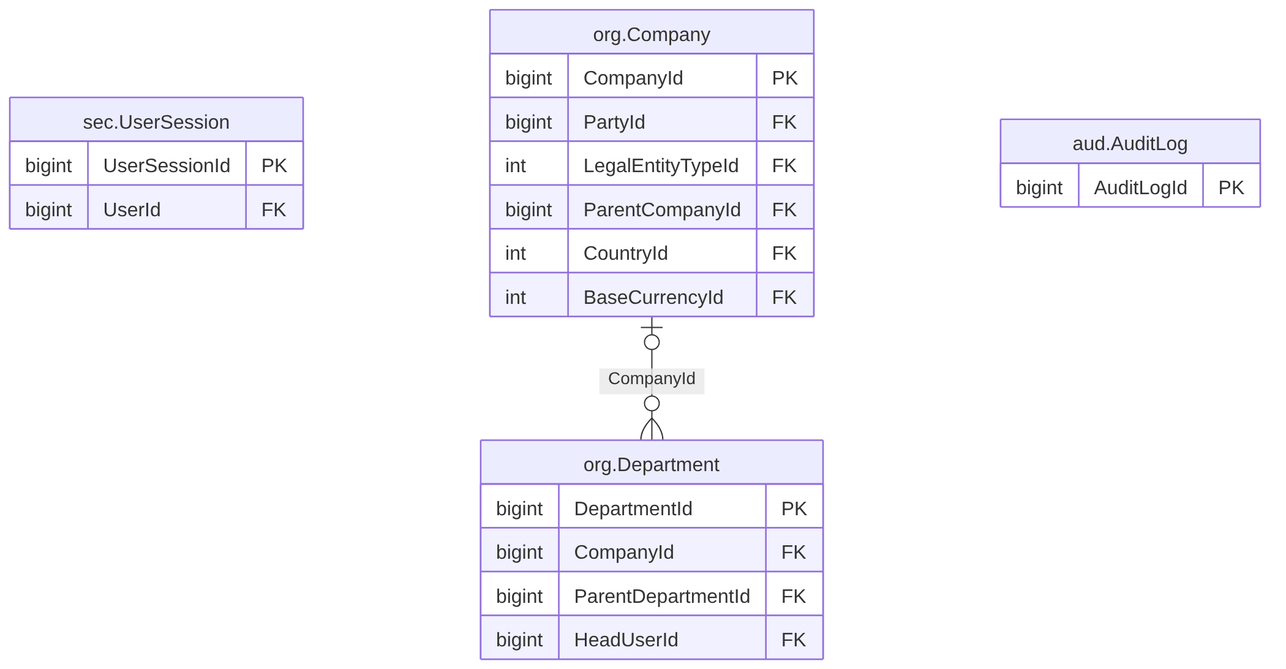
Before: treasury-platform/docs/diagrams/erd/core_tenancy_4.png, a diagram exported from Mermaid (thawrasy/smartlines). Its source is kept beside it as treasury-platform/docs/diagrams/erd/core_tenancy_4.mmd.
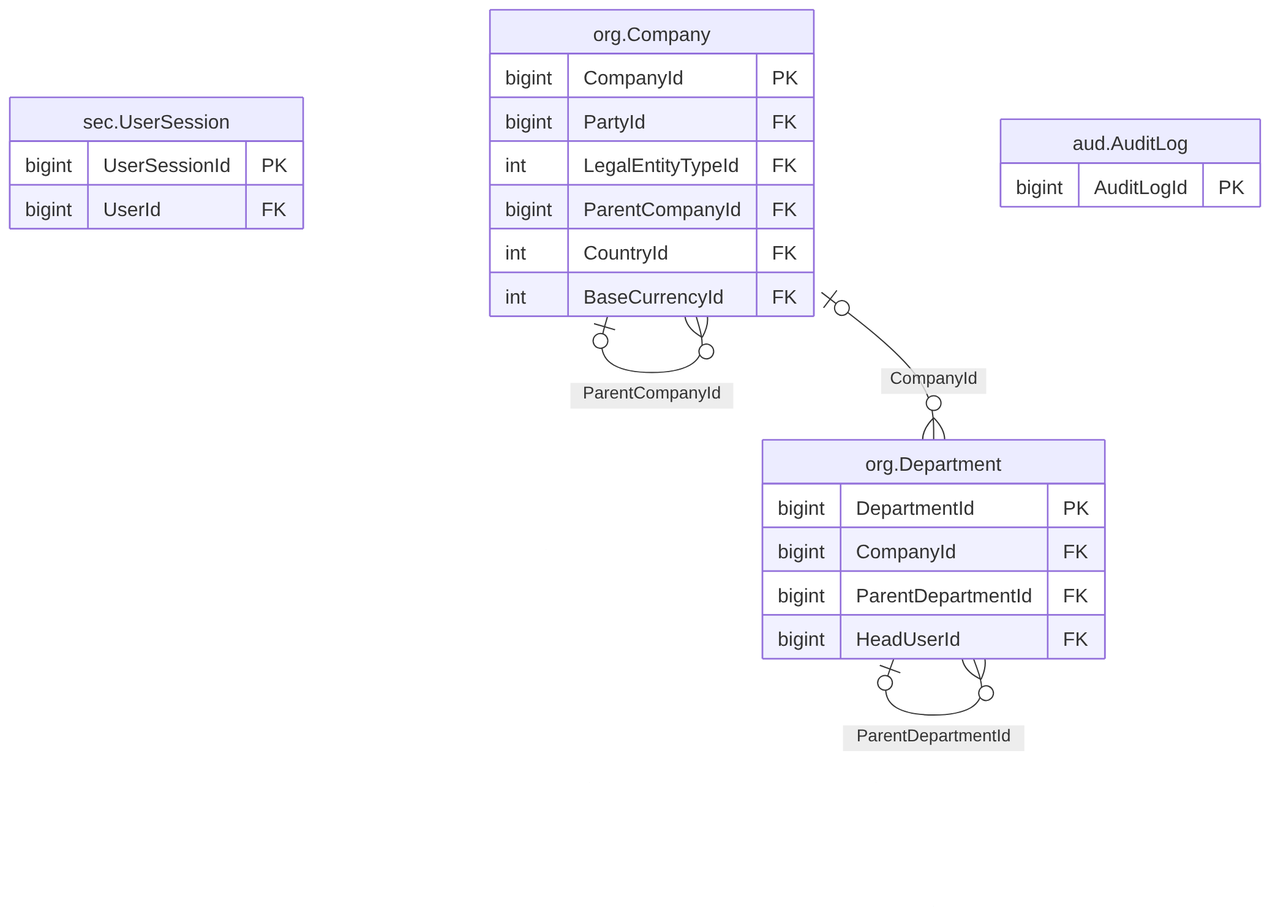
The same file after the commit.

The edit, as a diff of the source:
```diff
@@ -20,4 +20,6 @@
   aud_AuditLog["aud.AuditLog"] {
     bigint AuditLogId PK
   }
+  org_Company |o--o{ org_Company : "ParentCompanyId"
   org_Company |o--o{ org_Department : "CompanyId"
+  org_Department |o--o{ org_Department : "ParentDepartmentId"
```
